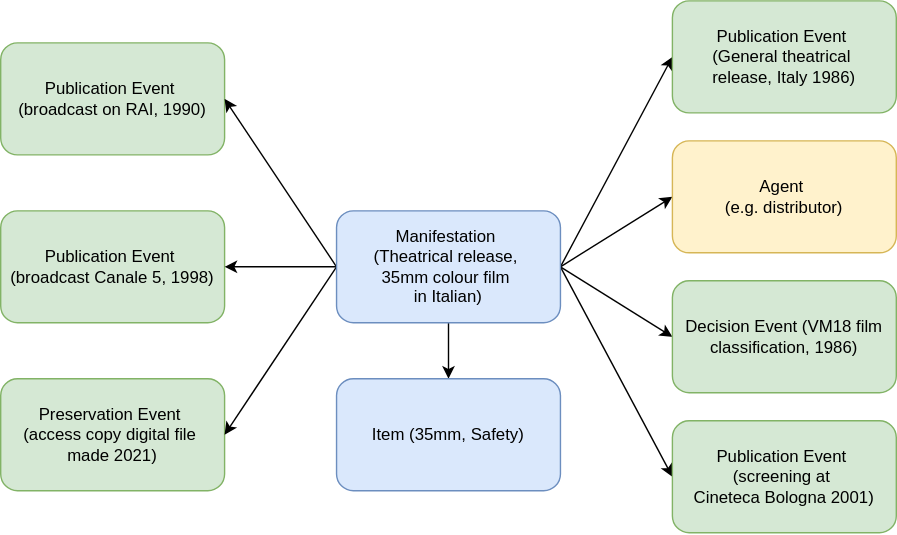
This is markdown/diagrams/bme_03.drawio.svg from FIAF/fiaf-cataloguing-manual, a draw.io export, as it was before one commit. Source tidied: cells renumbered, new cells last; positions are measured from the earlier drawing's top-left corner, leaving out a move shared by most shapes.
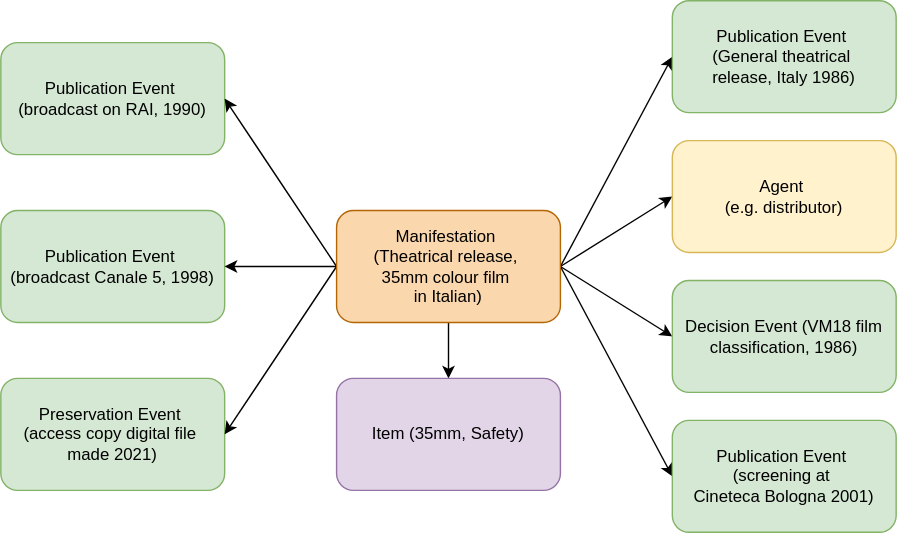
After the commit.

Diff of the diagram source:
```diff
@@ -35,7 +35,7 @@
     <mxCell id="12" style="rounded=0;jettySize=auto;html=1;exitX=1;exitY=0.5;exitDx=0;exitDy=0;entryX=0;entryY=0.5;entryDx=0;entryDy=0;" parent="1" edge="1" source="13" target="17">
       <mxGeometry relative="1" as="geometry" />
     </mxCell>
-    <mxCell id="13" value="&lt;div&gt;Manifestation&amp;nbsp;&lt;/div&gt;&lt;div&gt;(Theatrical release,&amp;nbsp;&lt;/div&gt;&lt;div&gt;35mm colour&amp;nbsp;film&amp;nbsp;&lt;/div&gt;&lt;div&gt;in Italian)&lt;/div&gt;" style="rounded=1;whiteSpace=wrap;html=1;fillColor=#dae8fc;strokeColor=#6c8ebf;" parent="1" vertex="1">
+    <mxCell id="13" value="&lt;div&gt;Manifestation&amp;nbsp;&lt;/div&gt;&lt;div&gt;(Theatrical release,&amp;nbsp;&lt;/div&gt;&lt;div&gt;35mm colour&amp;nbsp;film&amp;nbsp;&lt;/div&gt;&lt;div&gt;in Italian)&lt;/div&gt;" style="rounded=1;whiteSpace=wrap;html=1;fillColor=#fad7ac;strokeColor=#b46504;" parent="1" vertex="1">
       <mxGeometry x="240" y="150" width="160" height="80" as="geometry" />
     </mxCell>
     <mxCell id="14" value="&lt;div&gt;Publication Event&amp;nbsp;&lt;/div&gt;&lt;div&gt;(General theatrical&amp;nbsp;&lt;/div&gt;&lt;div&gt;release, Italy 1986)&lt;/div&gt;" style="rounded=1;whiteSpace=wrap;html=1;fillColor=#d5e8d4;strokeColor=#82b366;" parent="1" vertex="1">
@@ -50,7 +50,7 @@
     <mxCell id="17" value="&lt;div&gt;Publication Event&amp;nbsp;&lt;/div&gt;&lt;div&gt;(screening at&amp;nbsp;&lt;/div&gt;&lt;div&gt;Cineteca Bologna 2001)&lt;/div&gt;" style="rounded=1;whiteSpace=wrap;html=1;fillColor=#d5e8d4;strokeColor=#82b366;" parent="1" vertex="1">
       <mxGeometry x="480" y="300" width="160" height="80" as="geometry" />
     </mxCell>
-    <mxCell id="18" value="Item (35mm, Safety)" style="rounded=1;whiteSpace=wrap;html=1;fillColor=#dae8fc;strokeColor=#6c8ebf;" parent="1" vertex="1">
+    <mxCell id="18" value="Item (35mm, Safety)" style="rounded=1;whiteSpace=wrap;html=1;fillColor=#e1d5e7;strokeColor=#9673a6;" parent="1" vertex="1">
       <mxGeometry x="240" y="270" width="160" height="80" as="geometry" />
     </mxCell>
   </root>
```
